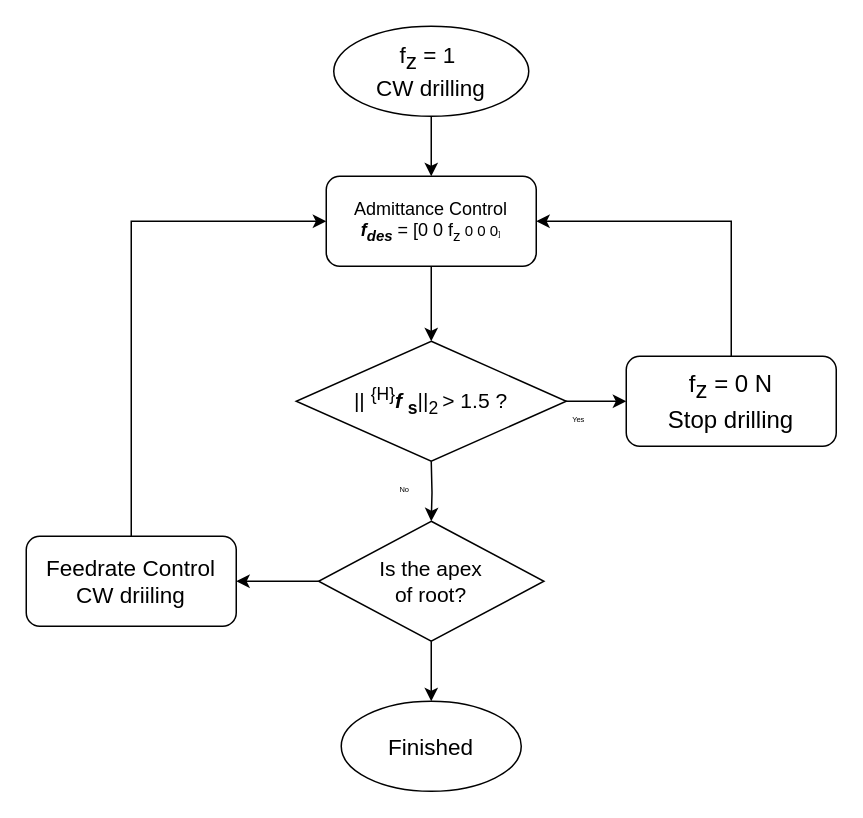
This is 009YiChan/Chan's thesis/Images/Original/torque_control_motion_planning.drawio from yichan0428/MS_thesis, a draw.io file, before an edit. Source tidied: cells renumbered, new cells numbered last; positions are measured from the earlier drawing's top-left corner, leaving out a move shared by most shapes. Both pictures are drawn from the tidied source at 150%, with x=0, y=0 at pixel (26, 26).
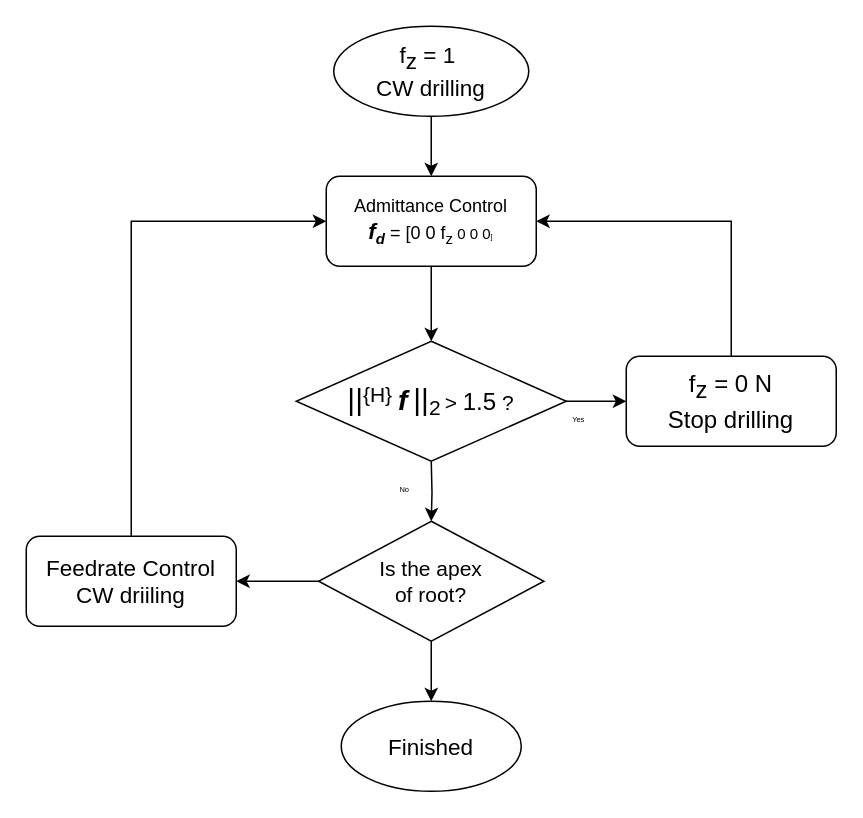
After the change.

The edit, as a diff of the source:
```diff
@@
-    <mxCell id="5" value="Admittance Control&lt;br&gt;&lt;i&gt;&lt;b&gt;f&lt;sub&gt;des&lt;/sub&gt;&lt;/b&gt;&lt;/i&gt;&amp;nbsp;= [0 0 f&lt;sub&gt;z&lt;/sub&gt;&lt;span style=&quot;font-size: 10px&quot;&gt;&amp;nbsp;0 0 0&lt;/span&gt;&lt;span style=&quot;font-size: 5px&quot;&gt;]&lt;/span&gt;" style="rounded=1;whiteSpace=wrap;html=1;" parent="1" vertex="1">
+    <mxCell id="5" value="Admittance Control&lt;br&gt;&lt;i&gt;&lt;b&gt;&lt;font style=&quot;font-size: 15px&quot;&gt;f&lt;/font&gt;&lt;sub&gt;d&lt;/sub&gt;&lt;/b&gt;&lt;/i&gt;&amp;nbsp;= [0 0 f&lt;sub&gt;z&lt;/sub&gt;&lt;span style=&quot;font-size: 10px&quot;&gt;&amp;nbsp;0 0 0&lt;/span&gt;&lt;span style=&quot;font-size: 5px&quot;&gt;]&lt;/span&gt;" style="rounded=1;whiteSpace=wrap;html=1;" parent="1" vertex="1">
       <mxGeometry x="200" y="100" width="140" height="60" as="geometry" />
     </mxCell>
@@
-    <mxCell id="18" value="&lt;font style=&quot;font-size: 14px&quot;&gt;|| &lt;sup&gt;{H}&lt;/sup&gt;&lt;b&gt;&lt;i&gt;f&lt;/i&gt;&lt;/b&gt;&lt;/font&gt;&lt;font&gt;&lt;b style=&quot;font-size: 14px&quot;&gt;&amp;nbsp;&lt;sub&gt;s&lt;/sub&gt;&lt;/b&gt;&lt;span style=&quot;font-size: 14px&quot;&gt;||&lt;sub&gt;2&lt;/sub&gt;&lt;/span&gt;&lt;span style=&quot;font-size: 11.6667px&quot;&gt;&lt;sub&gt;&amp;nbsp;&lt;/sub&gt;&lt;/span&gt;&lt;span style=&quot;font-size: 14px&quot;&gt;&amp;gt; 1.5 ?&lt;/span&gt;&lt;/font&gt;" style="rhombus;whiteSpace=wrap;html=1;" parent="1" vertex="1">
+    <mxCell id="18" value="&lt;font style=&quot;font-size: 20px&quot;&gt;||&lt;/font&gt;&lt;sup style=&quot;font-size: 14px&quot;&gt;{H}&amp;nbsp;&lt;/sup&gt;&lt;b&gt;&lt;i&gt;&lt;font style=&quot;font-size: 19px&quot;&gt;f&lt;/font&gt;&lt;/i&gt;&lt;/b&gt;&lt;b style=&quot;font-size: 14px&quot;&gt;&amp;nbsp;&lt;/b&gt;&lt;span style=&quot;font-size: 20px&quot;&gt;||&lt;/span&gt;&lt;sub style=&quot;font-size: 14px&quot;&gt;2&lt;/sub&gt;&lt;span style=&quot;font-size: 11.6667px&quot;&gt;&lt;sub&gt;&amp;nbsp;&lt;/sub&gt;&lt;/span&gt;&lt;span style=&quot;font-size: 14px&quot;&gt;&amp;gt;&amp;nbsp;&lt;/span&gt;&lt;font style=&quot;font-size: 16px&quot;&gt;1.5&lt;/font&gt;&lt;span style=&quot;font-size: 14px&quot;&gt;&amp;nbsp;?&lt;/span&gt;" style="rhombus;whiteSpace=wrap;html=1;" parent="1" vertex="1">
       <mxGeometry x="180" y="210" width="180" height="80" as="geometry" />
     </mxCell>
```
